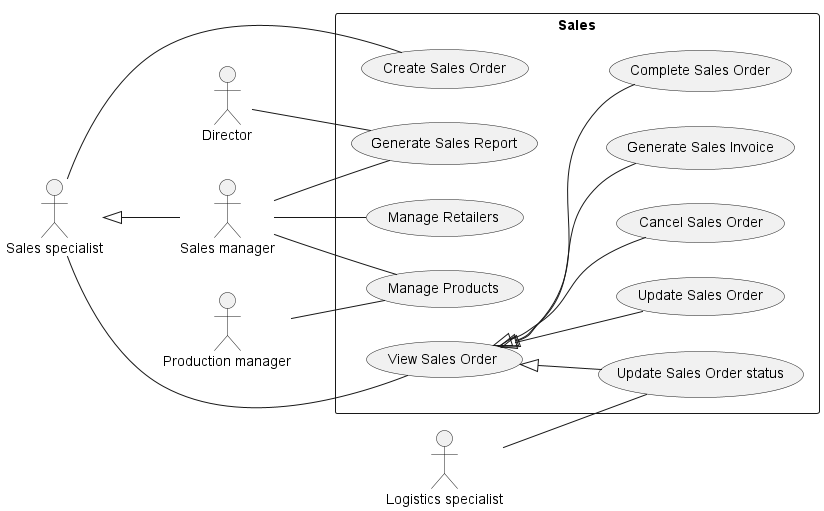
Before: use-cases/Sales.png, a diagram exported from PlantUML (phihungha/scmss-reqs).
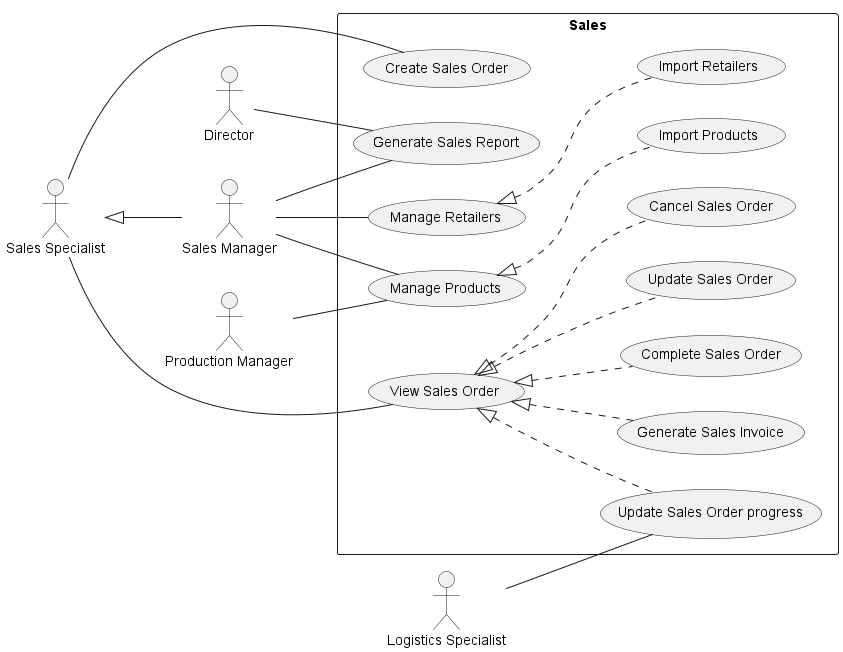
Above is the later version.

Change to the diagram source:
```diff
@@ -1,30 +1,32 @@
-@startuml Sales
+@startuml sales
 left to right direction
 
 :Director: as d
 
-:Production manager: as pm
+:Production Manager: as pm
 
-:Sales specialist: as s
-:Sales manager: as sm
+:Sales Specialist: as s
+:Sales Manager: as sm
 s <|-- sm
 
-:Logistics specialist: as ls
+:Logistics Specialist: as ls
 
 rectangle Sales {
     s -- (Create Sales Order)
     s -- (View Sales Order)
-    (View Sales Order) <|-- (Update Sales Order)
-    (View Sales Order) <|-- (Update Sales Order status)
-    (View Sales Order) <|-- (Cancel Sales Order)
-    ls -- (Update Sales Order status)
-    (View Sales Order) <|-- (Generate Sales Invoice)
-    (View Sales Order) <|-- (Complete Sales Order)
+    (View Sales Order) <|.. (Update Sales Order)
+    (View Sales Order) <|.. (Update Sales Order progress)
+    (View Sales Order) <|.. (Cancel Sales Order)
+    ls -- (Update Sales Order progress)
+    (View Sales Order) <|.. (Generate Sales Invoice)
+    (View Sales Order) <|.. (Complete Sales Order)
 
     sm -- (Generate Sales Report)
     d -- (Generate Sales Report)
     pm -- (Manage Products)
     sm -- (Manage Products)
+    (Manage Products) <|.. (Import Products)
     sm -- (Manage Retailers)
+    (Manage Retailers) <|.. (Import Retailers)
 }
 @enduml
```
